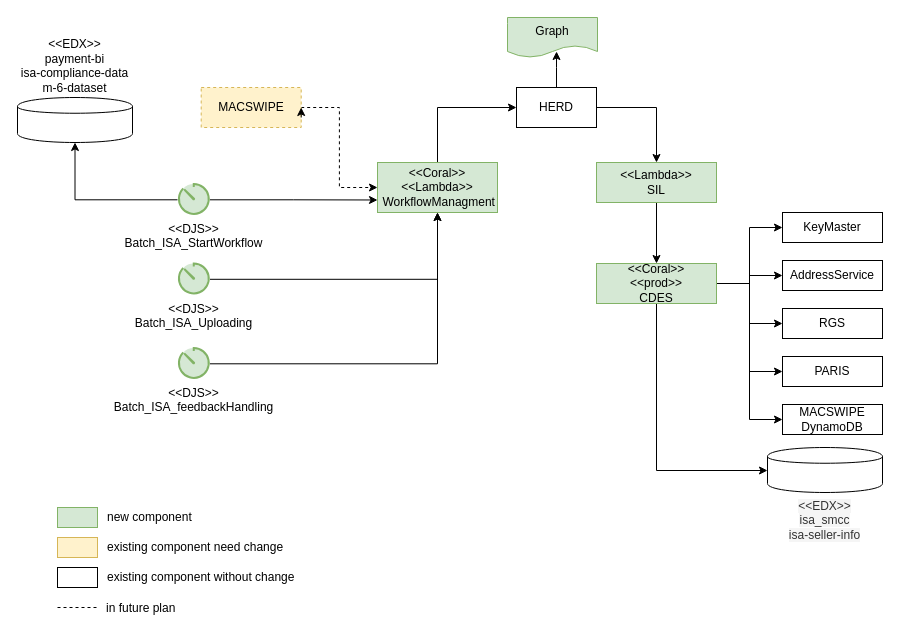
The draw.io diagram page "Page-12" (12 of 12) of Untitled Diagram.drawio in dongposhi/Mimicat, before the edit. Source tidied: cells renumbered, new cells numbered last; positions are measured from the earlier drawing's top-left corner, leaving out a move shared by most shapes. Both pictures are drawn from the tidied source at 100%, with x=0, y=0 at pixel (17, 17).
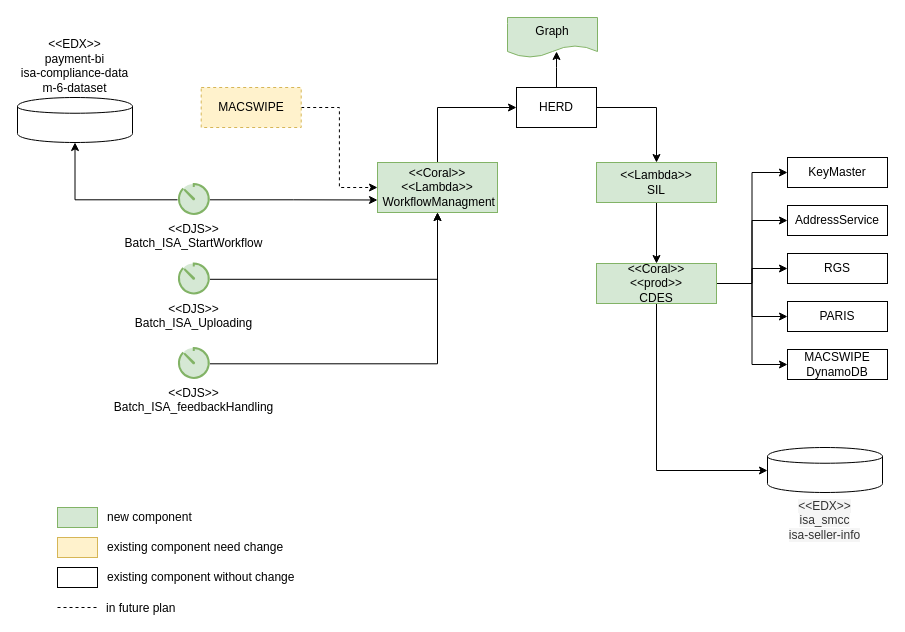
The same diagram, later.

Unchanged cells that the change refers to:
```xml
<mxCell id="5" value="MACSWIPE" style="rounded=0;whiteSpace=wrap;html=1;fillColor=#fff2cc;strokeColor=#d6b656;dashed=1;" parent="1" vertex="1">
  <mxGeometry x="183.7" y="70" width="100" height="40" as="geometry" />
</mxCell>
<mxCell id="21" value="&amp;lt;&amp;lt;Coral&amp;gt;&amp;gt;&lt;br&gt;&amp;lt;&amp;lt;prod&amp;gt;&amp;gt;&lt;br&gt;CDES" style="rounded=0;whiteSpace=wrap;html=1;fillColor=#d5e8d4;strokeColor=#82b366;" parent="1" vertex="1">
  <mxGeometry x="579" y="246" width="120" height="40" as="geometry" />
</mxCell>
```

Diff of the diagram source:
```diff
@@
-    <mxCell id="17" style="edgeStyle=orthogonalEdgeStyle;rounded=0;jettySize=auto;html=1;entryX=0;entryY=0.5;entryDx=0;entryDy=0;" parent="1" edge="1" source="21" target="22">
+    <mxCell id="17" style="edgeStyle=orthogonalEdgeStyle;rounded=0;jettySize=auto;html=1;" parent="1" edge="1" source="21" target="22">
       <mxGeometry relative="1" as="geometry" />
     </mxCell>
@@
     <mxCell id="22" value="PARIS" style="rounded=0;whiteSpace=wrap;html=1;flipV=0;" parent="1" vertex="1">
-      <mxGeometry x="765" y="339" width="100" height="30" as="geometry" />
+      <mxGeometry x="770" y="284" width="100" height="30" as="geometry" />
     </mxCell>
     <mxCell id="23" value="RGS" style="rounded=0;whiteSpace=wrap;html=1;flipV=0;" parent="1" vertex="1">
-      <mxGeometry x="765" y="291" width="100" height="30" as="geometry" />
+      <mxGeometry x="770" y="236" width="100" height="30" as="geometry" />
     </mxCell>
     <mxCell id="24" value="MACSWIPE DynamoDB" style="rounded=0;whiteSpace=wrap;html=1;flipV=0;" parent="1" vertex="1">
-      <mxGeometry x="765" y="387" width="100" height="30" as="geometry" />
+      <mxGeometry x="770" y="332" width="100" height="30" as="geometry" />
     </mxCell>
@@
     <mxCell id="26" value="AddressService" style="rounded=0;whiteSpace=wrap;html=1;flipV=0;" parent="1" vertex="1">
-      <mxGeometry x="765" y="243" width="100" height="30" as="geometry" />
+      <mxGeometry x="770" y="188" width="100" height="30" as="geometry" />
     </mxCell>
@@
     <mxCell id="31" value="KeyMaster" style="rounded=0;whiteSpace=wrap;html=1;flipV=0;" parent="1" vertex="1">
-      <mxGeometry x="765" y="195" width="100" height="30" as="geometry" />
+      <mxGeometry x="770" y="140" width="100" height="30" as="geometry" />
     </mxCell>
-    <mxCell id="32" style="edgeStyle=orthogonalEdgeStyle;rounded=0;orthogonalLoop=1;jettySize=auto;html=1;exitX=1;exitY=0.75;exitDx=0;exitDy=0;entryX=1;entryY=0.5;entryDx=0;entryDy=0;" parent="1" edge="1" source="5" target="5">
-      <mxGeometry relative="1" as="geometry" />
-    </mxCell>
```
